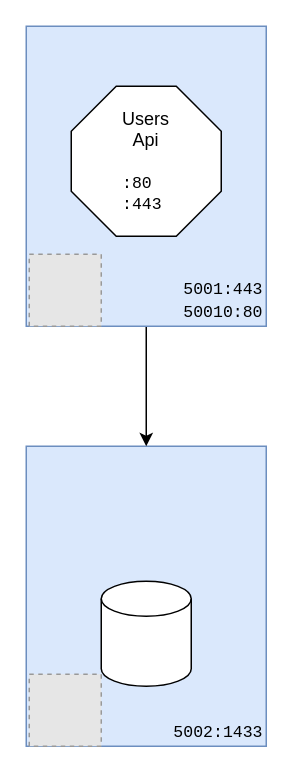
Before: assets/readme/services.drawio in Thijs5/dotnet-microservices, a draw.io diagram. Source tidied: cells renumbered, new cells numbered last; positions are measured from the earlier drawing's top-left corner, leaving out a move shared by most shapes. Both pictures are drawn from the tidied source at 150%, with x=0, y=0 at pixel (26, 26). Pictures stored in the file or linked from it are replaced by grey dashed boxes.
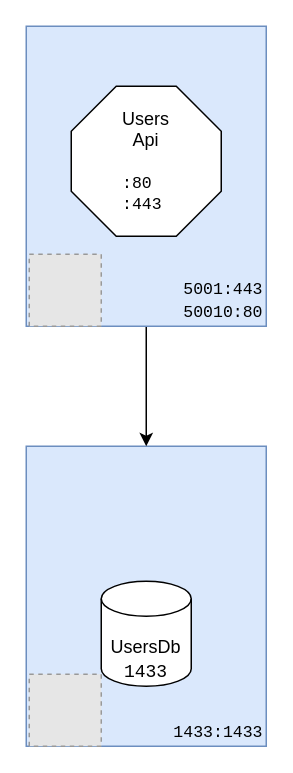
The same page after the edit.

Change to the diagram source:
```diff
@@
 <mxGraphModel>
   <root>
     <mxCell id="0" />
     <mxCell id="1" parent="0" />
-    <mxCell id="2" value="&lt;div&gt;&lt;font style=&quot;font-size: 11px&quot; face=&quot;Courier New&quot;&gt;5002:1433&lt;/font&gt;&lt;br&gt;&lt;/div&gt;" style="rounded=0;whiteSpace=wrap;html=1;strokeWidth=1;verticalAlign=bottom;fillColor=#dae8fc;strokeColor=#6c8ebf;align=right;" parent="1" vertex="1">
+    <mxCell id="2" value="&lt;div&gt;&lt;font style=&quot;font-size: 11px&quot; face=&quot;Courier New&quot;&gt;1433:1433&lt;/font&gt;&lt;br&gt;&lt;/div&gt;" style="rounded=0;whiteSpace=wrap;html=1;strokeWidth=1;verticalAlign=bottom;fillColor=#dae8fc;strokeColor=#6c8ebf;align=right;" parent="1" vertex="1">
       <mxGeometry y="280" width="160" height="200" as="geometry" />
     </mxCell>
     <mxCell id="3" style="edgeStyle=orthogonalEdgeStyle;rounded=0;jettySize=auto;html=1;exitX=0.5;exitY=1;exitDx=0;exitDy=0;entryX=0.5;entryY=0;entryDx=0;entryDy=0;startArrow=none;startFill=0;" parent="1" edge="1" source="4" target="2">
       <mxGeometry relative="1" as="geometry" />
     </mxCell>
     <mxCell id="4" value="&lt;div&gt;&lt;font style=&quot;font-size: 11px&quot; face=&quot;Courier New&quot;&gt;5001:443&lt;/font&gt;&lt;br&gt;&lt;font style=&quot;font-size: 11px&quot; face=&quot;Courier New&quot;&gt;50010:80&lt;/font&gt;&lt;br&gt;&lt;/div&gt;" style="rounded=0;whiteSpace=wrap;html=1;strokeWidth=1;verticalAlign=bottom;fillColor=#dae8fc;strokeColor=#6c8ebf;align=right;" parent="1" vertex="1">
       <mxGeometry width="160" height="200" as="geometry" />
     </mxCell>
     <mxCell id="5" value="Users&lt;br&gt;Api&lt;br&gt;&lt;br&gt;&lt;div style=&quot;font-size: 11px&quot; align=&quot;left&quot;&gt;&lt;font style=&quot;font-size: 11px&quot; face=&quot;Courier New&quot;&gt;:80&lt;/font&gt;&lt;br&gt;&lt;font style=&quot;font-size: 11px&quot; face=&quot;Courier New&quot;&gt;:443&lt;/font&gt;&lt;/div&gt;" style="whiteSpace=wrap;html=1;shape=mxgraph.basic.octagon2;align=center;verticalAlign=middle;dx=15;" parent="1" vertex="1">
       <mxGeometry x="30" y="40" width="100" height="100" as="geometry" />
     </mxCell>
-    <mxCell id="6" style="strokeWidth=1;html=1;shape=mxgraph.flowchart.database;whiteSpace=wrap;verticalAlign=bottom;" parent="1" vertex="1">
+    <mxCell id="6" value="&lt;font style=&quot;font-size: 12px&quot; face=&quot;Courier New&quot;&gt;&lt;font style=&quot;font-size: 12px&quot; face=&quot;Helvetica&quot;&gt;UsersDb&lt;/font&gt;&lt;br&gt;1433&lt;/font&gt;" style="strokeWidth=1;html=1;shape=mxgraph.flowchart.database;whiteSpace=wrap;verticalAlign=bottom;" parent="1" vertex="1">
       <mxGeometry x="50" y="370" width="60" height="70" as="geometry" />
     </mxCell>
     <mxCell id="7" style="fillColor=#E6E6E6;strokeColor=#999999;dashed=1;html=1;verticalAlign=top;verticalLabelPosition=bottom;labelBackgroundColor=#ffffff;" parent="1" vertex="1">
       <mxGeometry x="2" y="152" width="48" height="48" as="geometry" />
     </mxCell>
     <mxCell id="8" style="fillColor=#E6E6E6;strokeColor=#999999;dashed=1;html=1;verticalAlign=top;verticalLabelPosition=bottom;labelBackgroundColor=#ffffff;" parent="1" vertex="1">
       <mxGeometry x="2" y="432" width="48" height="48" as="geometry" />
     </mxCell>
   </root>
 </mxGraphModel>
```
